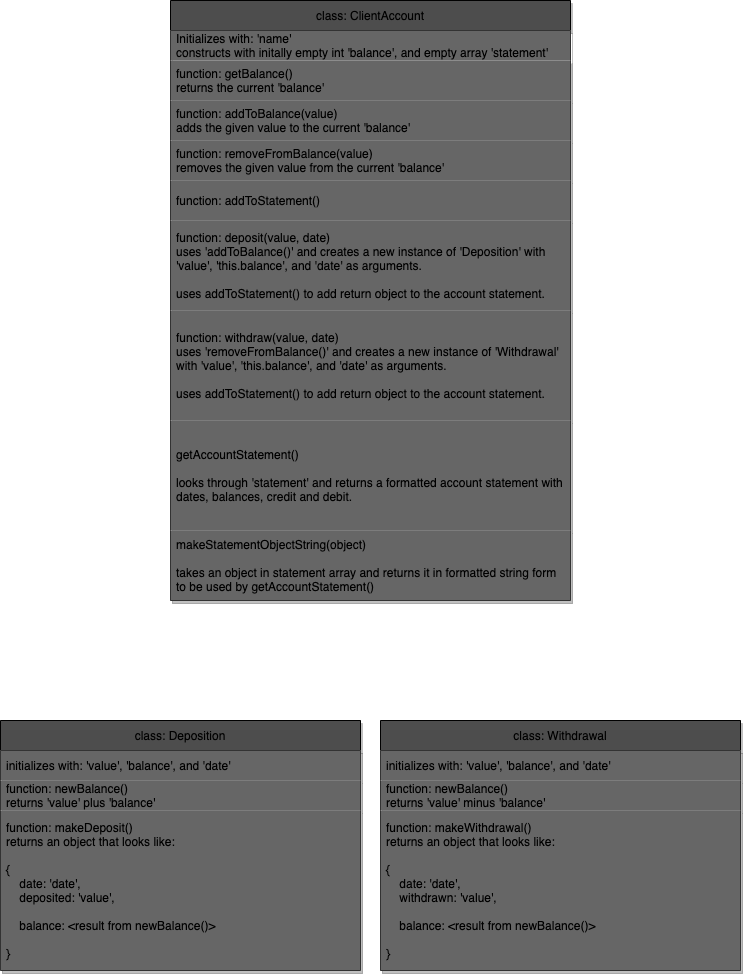
Above: docs/bank.png in williamlines/bank-tech-test (draw.io), before the change. Source tidied: cells renumbered, new cells last; positions are measured from the earlier drawing's top-left corner, leaving out a move shared by most shapes.
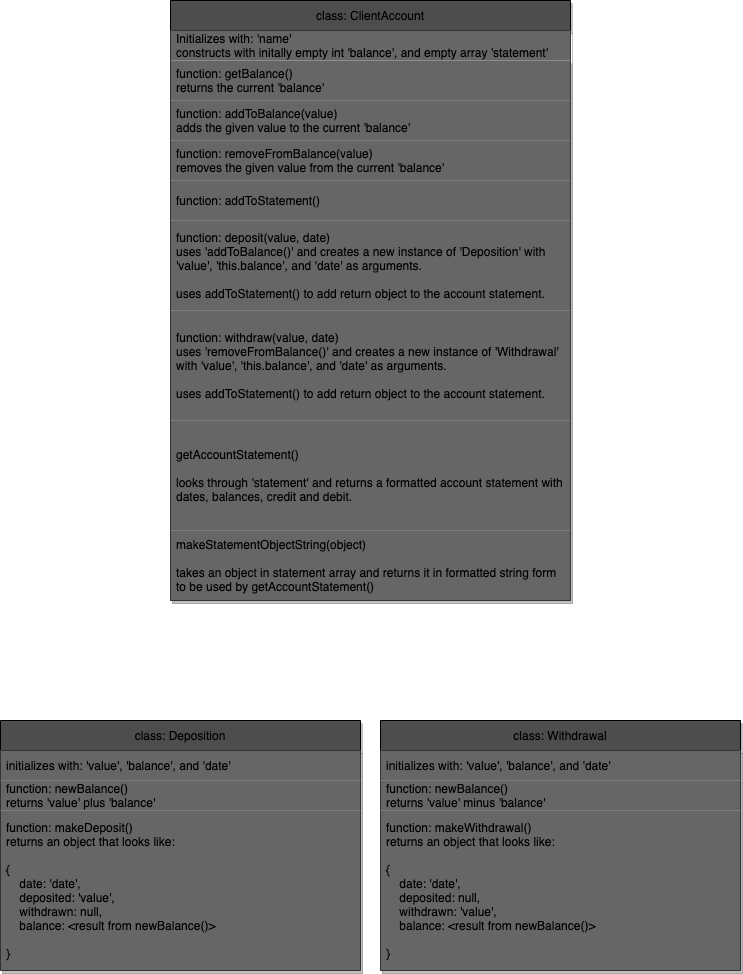
The same diagram one commit later.

Change to the diagram source:
```diff
@@ -41,7 +41,7 @@
     <mxCell id="14" value="function: newBalance()&#10;returns 'value' plus 'balance'" style="text;strokeColor=none;fillColor=#666666;align=left;verticalAlign=middle;spacingLeft=4;spacingRight=4;overflow=hidden;shadow=1;" parent="12" vertex="1">
       <mxGeometry y="60" width="360" height="30" as="geometry" />
     </mxCell>
-    <mxCell id="15" value="function: makeDeposit()&#10;returns an object that looks like:&#10;&#10;{&#10;    date: 'date',&#10;    deposited: 'value',&#10;&#10;    balance: &lt;result from newBalance()&gt;&#10;&#10;}" style="text;strokeColor=none;fillColor=#666666;align=left;verticalAlign=middle;spacingLeft=4;spacingRight=4;overflow=hidden;shadow=1;" parent="12" vertex="1">
+    <mxCell id="15" value="function: makeDeposit()&#10;returns an object that looks like:&#10;&#10;{&#10;    date: 'date',&#10;    deposited: 'value',&#10;    withdrawn: null,&#10;    balance: &lt;result from newBalance()&gt;&#10;&#10;}" style="text;strokeColor=none;fillColor=#666666;align=left;verticalAlign=middle;spacingLeft=4;spacingRight=4;overflow=hidden;shadow=1;" parent="12" vertex="1">
       <mxGeometry y="90" width="360" height="160" as="geometry" />
     </mxCell>
     <mxCell id="16" value="class: Withdrawal" style="swimlane;fontStyle=0;horizontal=1;startSize=30;shadow=1;strokeColor=#000000;fillColor=#4D4D4D;" parent="1" vertex="1">
@@ -53,7 +53,7 @@
     <mxCell id="18" value="function: newBalance()&#10;returns 'value' minus 'balance'" style="text;strokeColor=none;fillColor=#666666;align=left;verticalAlign=middle;spacingLeft=4;spacingRight=4;overflow=hidden;shadow=1;" parent="16" vertex="1">
       <mxGeometry y="60" width="360" height="30" as="geometry" />
     </mxCell>
-    <mxCell id="19" value="function: makeWithdrawal()&#10;returns an object that looks like:&#10;&#10;{&#10;    date: 'date',&#10;    withdrawn: 'value',&#10;&#10;    balance: &lt;result from newBalance()&gt;&#10;&#10;}" style="text;strokeColor=none;fillColor=#666666;align=left;verticalAlign=middle;spacingLeft=4;spacingRight=4;overflow=hidden;shadow=1;" parent="16" vertex="1">
+    <mxCell id="19" value="function: makeWithdrawal()&#10;returns an object that looks like:&#10;&#10;{&#10;    date: 'date',&#10;    deposited: null,&#10;    withdrawn: 'value',&#10;    balance: &lt;result from newBalance()&gt;&#10;&#10;}" style="text;strokeColor=none;fillColor=#666666;align=left;verticalAlign=middle;spacingLeft=4;spacingRight=4;overflow=hidden;shadow=1;" parent="16" vertex="1">
       <mxGeometry y="90" width="360" height="160" as="geometry" />
     </mxCell>
   </root>
```
